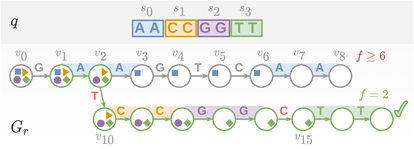
Earlier version of the draw.io export paper-seed/figures/seed-heuristic-diagram.png (pesho-ivanov/thesis). Source tidied: cells renumbered, new cells last; positions are measured from the earlier drawing's top-left corner, leaving out a move shared by most shapes.
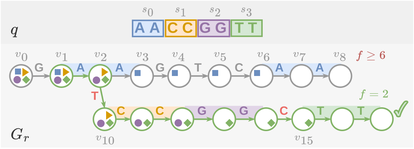
Above is the later version.

The edit, as a diff of the source:
```diff
@@ -2,10 +2,10 @@
   <root>
     <mxCell id="0" />
     <mxCell id="1" parent="0" />
-    <mxCell id="2" style="rounded=0;whiteSpace=wrap;html=1;fillColor=#F2F2F2;strokeColor=none;" parent="1" vertex="1">
+    <mxCell id="2" style="rounded=0;whiteSpace=wrap;html=1;fillColor=#F0F0F0;strokeColor=none;" parent="1" vertex="1">
       <mxGeometry width="276" height="29" as="geometry" />
     </mxCell>
-    <mxCell id="3" style="rounded=0;whiteSpace=wrap;html=1;fillColor=#FAFAFA;strokeColor=none;gradientColor=#ffffff;" parent="1" vertex="1">
+    <mxCell id="3" style="rounded=0;whiteSpace=wrap;html=1;fillColor=#F6F6F6;strokeColor=none;gradientColor=none;" parent="1" vertex="1">
       <mxGeometry y="29" width="276" height="69.5" as="geometry" />
     </mxCell>
     <mxCell id="4" value="&lt;font style=&quot;font-size: 10px&quot;&gt;$$q$$&lt;br&gt;&lt;/font&gt;" style="text;html=1;strokeColor=none;fillColor=none;align=left;verticalAlign=middle;whiteSpace=wrap;rounded=0;fontStyle=0;fontFamily=Verdana;fontSize=10;fontColor=#333333;" parent="1" vertex="1">
```
